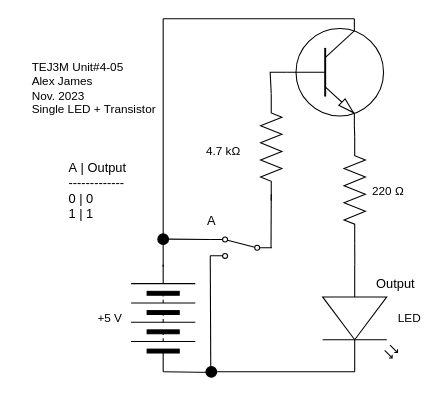
Alexander-James2/TEJ3M-Unit-4 keeps this draw.io diagram as Unit-4-06/4-06.drawio. Above is the earlier version. Source tidied: cells renumbered, new cells numbered last; positions are measured from the earlier drawing's top-left corner, leaving out a move shared by most shapes. Both pictures are drawn from the tidied source at 107%, with x=0, y=0 at pixel (18, 18).
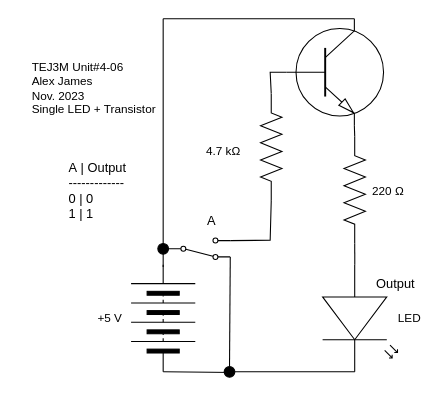
After the change.

The change refers to these unchanged cells:
```xml
<mxCell id="26" style="verticalLabelPosition=bottom;shadow=0;dashed=0;align=center;html=1;verticalAlign=top;shape=mxgraph.electrical.resistors.resistor_2;rotation=90;" parent="1" vertex="1">
  <mxGeometry x="186" y="110" width="100" height="20" as="geometry" />
</mxCell>
```

Change to the diagram source:
```diff
@@
-    <mxCell id="8" value="&lt;div style=&quot;text-align: left;&quot;&gt;&lt;span style=&quot;background-color: initial;&quot;&gt;TEJ3M Unit#4-05&lt;/span&gt;&lt;/div&gt;&lt;div style=&quot;text-align: left;&quot;&gt;&lt;span style=&quot;background-color: initial;&quot;&gt;Alex James&lt;/span&gt;&lt;/div&gt;&lt;div style=&quot;text-align: left;&quot;&gt;Nov. 2023&lt;/div&gt;&lt;div style=&quot;text-align: left;&quot;&gt;Single LED + Transistor&lt;/div&gt;" style="text;html=1;align=center;verticalAlign=middle;strokeColor=none;fillColor=none;fontSize=11;fontFamily=Helvetica;fontColor=default;" parent="1" vertex="1">
+    <mxCell id="8" value="&lt;div style=&quot;text-align: left;&quot;&gt;&lt;span style=&quot;background-color: initial;&quot;&gt;TEJ3M Unit#4-06&lt;/span&gt;&lt;/div&gt;&lt;div style=&quot;text-align: left;&quot;&gt;&lt;span style=&quot;background-color: initial;&quot;&gt;Alex James&lt;/span&gt;&lt;/div&gt;&lt;div style=&quot;text-align: left;&quot;&gt;Nov. 2023&lt;/div&gt;&lt;div style=&quot;text-align: left;&quot;&gt;Single LED + Transistor&lt;/div&gt;" style="text;html=1;align=center;verticalAlign=middle;strokeColor=none;fillColor=none;fontSize=11;fontFamily=Helvetica;fontColor=default;" parent="1" vertex="1">
       <mxGeometry y="30" width="140" height="70" as="geometry" />
     </mxCell>
@@
-    <mxCell id="13" style="edgeStyle=none;shape=connector;rounded=0;html=1;exitX=1;exitY=0.88;exitDx=0;exitDy=0;labelBackgroundColor=default;strokeColor=default;fontFamily=Helvetica;fontSize=11;fontColor=default;endArrow=none;endFill=0;" parent="1" edge="1" source="15" target="24">
-      <mxGeometry relative="1" as="geometry" />
-    </mxCell>
-    <mxCell id="14" style="edgeStyle=none;shape=connector;rounded=0;html=1;exitX=1;exitY=0.12;exitDx=0;exitDy=0;entryX=1;entryY=1;entryDx=0;entryDy=0;labelBackgroundColor=default;strokeColor=default;fontFamily=Helvetica;fontSize=11;fontColor=default;endArrow=none;endFill=0;" parent="1" edge="1" source="15">
-      <mxGeometry relative="1" as="geometry">
-        <mxPoint x="179.5" y="333.5" as="targetPoint" />
-      </mxGeometry>
-    </mxCell>
-    <mxCell id="15" style="shape=mxgraph.electrical.electro-mechanical.twoWaySwitch;elSwitchState=2;rotation=-180;flipV=1;" parent="1" vertex="1">
-      <mxGeometry x="179" y="204" width="57.7" height="20" as="geometry" />
-    </mxCell>
@@
     <mxCell id="17" style="ellipse;whiteSpace=wrap;html=1;strokeColor=#030303;fillColor=#000000;" parent="1" vertex="1">
-      <mxGeometry x="175" y="325" width="10" height="10" as="geometry" />
+      <mxGeometry x="192" y="325" width="10" height="10" as="geometry" />
     </mxCell>
@@
     <mxCell id="24" style="ellipse;whiteSpace=wrap;html=1;strokeColor=#030303;fillColor=#000000;" parent="1" vertex="1">
-      <mxGeometry x="130" y="201" width="10" height="10" as="geometry" />
+      <mxGeometry x="130" y="210" width="10" height="10" as="geometry" />
     </mxCell>
-    <mxCell id="25" style="edgeStyle=none;shape=connector;rounded=0;html=1;exitX=1;exitY=0.5;exitDx=0;exitDy=0;exitPerimeter=0;labelBackgroundColor=default;strokeColor=default;fontFamily=Helvetica;fontSize=11;fontColor=default;endArrow=none;endFill=0;" parent="1" edge="1">
-      <mxGeometry relative="1" as="geometry">
-        <mxPoint x="236" y="164" as="sourcePoint" />
-        <mxPoint x="235.8" y="214" as="targetPoint" />
-      </mxGeometry>
-    </mxCell>
+    <mxCell id="28" style="edgeStyle=none;shape=connector;rounded=0;html=1;exitX=1;exitY=0.5;exitDx=0;exitDy=0;exitPerimeter=0;entryX=1;entryY=0.12;entryDx=0;entryDy=0;labelBackgroundColor=default;strokeColor=default;fontFamily=Helvetica;fontSize=11;fontColor=default;endArrow=none;endFill=0;" parent="1" edge="1" source="26" target="30">
+      <mxGeometry relative="1" as="geometry">
+        <Array as="points">
+          <mxPoint x="235" y="207" />
+        </Array>
+      </mxGeometry>
+    </mxCell>
@@
+    <mxCell id="29" style="edgeStyle=none;shape=connector;rounded=0;html=1;exitX=1;exitY=0.88;exitDx=0;exitDy=0;entryX=0.5;entryY=0;entryDx=0;entryDy=0;labelBackgroundColor=default;strokeColor=default;fontFamily=Helvetica;fontSize=11;fontColor=default;endArrow=none;endFill=0;" parent="1" edge="1" source="30" target="17">
+      <mxGeometry relative="1" as="geometry" />
+    </mxCell>
+    <mxCell id="30" style="shape=mxgraph.electrical.electro-mechanical.twoWaySwitch;elSwitchState=2;rotation=0;flipV=1;flipH=0;" parent="1" vertex="1">
+      <mxGeometry x="140" y="205" width="57.7" height="20" as="geometry" />
+    </mxCell>
```
